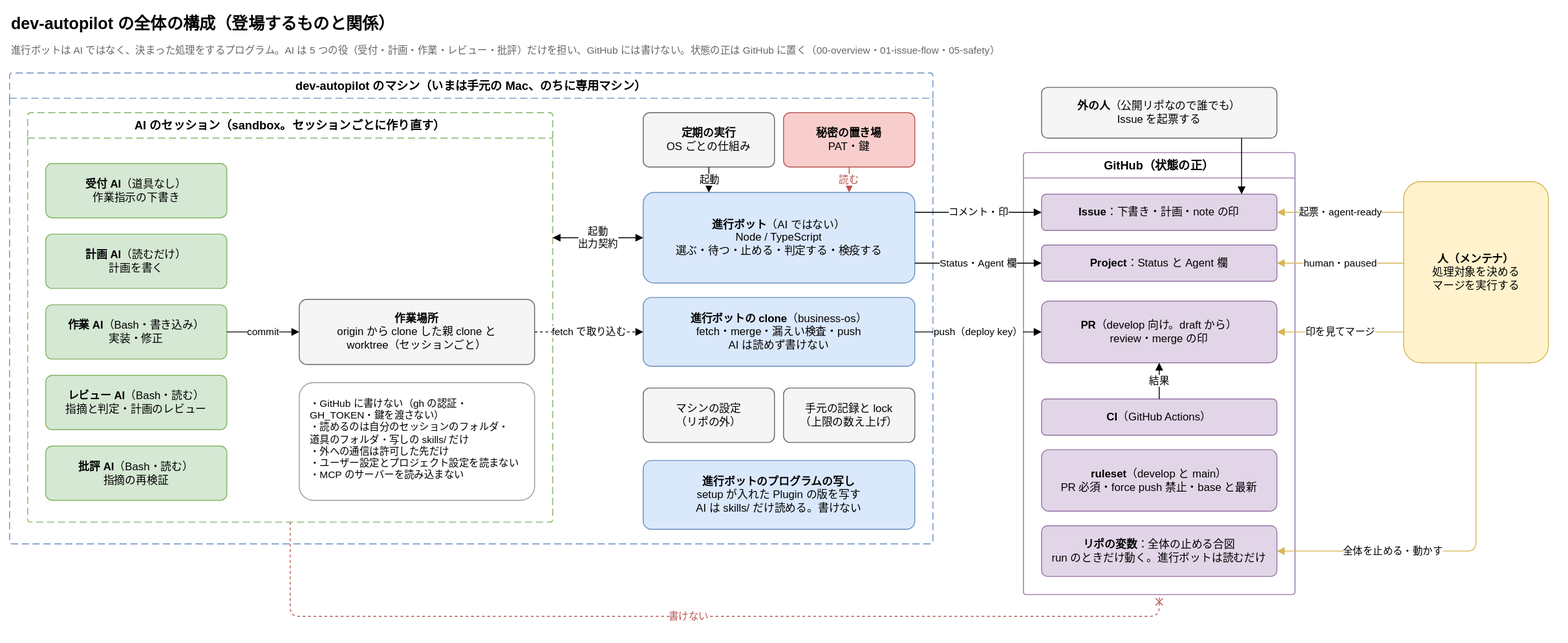
Before: docs/diagrams/overview.drawio.svg, a diagram exported from draw.io (Joymerrevent/dev-autopilot). Source tidied: cells renumbered, new cells last; positions are measured from the earlier drawing's top-left corner, leaving out a move shared by most shapes.
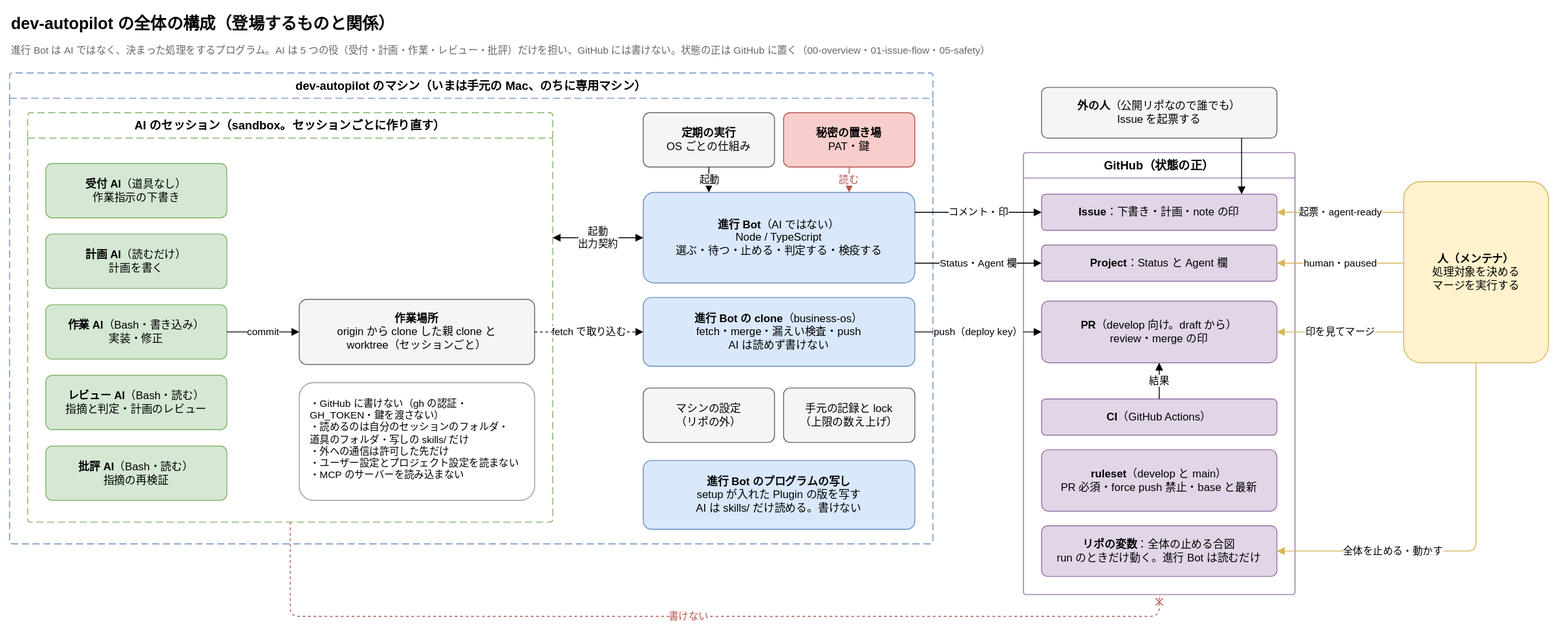
Above is the later version.

Commit message:
docs: 図の「進行ボット」を「進行 Bot」に改める

Change to the diagram source:
```diff
@@ -5,7 +5,7 @@
     <mxCell id="2" value="dev-autopilot の全体の構成（登場するものと関係）" style="text;html=1;whiteSpace=wrap;align=left;verticalAlign=middle;fontSize=18;fontStyle=1;" parent="1" vertex="1">
       <mxGeometry width="900" height="32" as="geometry" />
     </mxCell>
-    <mxCell id="3" value="進行ボットは AI ではなく、決まった処理をするプログラム。AI は 5 つの役（受付・計画・作業・レビュー・批評）だけを担い、GitHub には書けない。状態の正は GitHub に置く（00-overview・01-issue-flow・05-safety）" style="text;html=1;whiteSpace=wrap;align=left;verticalAlign=top;fontSize=11;fontColor=#666666;" parent="1" vertex="1">
+    <mxCell id="3" value="進行 Bot は AI ではなく、決まった処理をするプログラム。AI は 5 つの役（受付・計画・作業・レビュー・批評）だけを担い、GitHub には書けない。状態の正は GitHub に置く（00-overview・01-issue-flow・05-safety）" style="text;html=1;whiteSpace=wrap;align=left;verticalAlign=top;fontSize=11;fontColor=#666666;" parent="1" vertex="1">
       <mxGeometry y="32" width="1700" height="22" as="geometry" />
     </mxCell>
     <mxCell id="4" value="dev-autopilot のマシン（いまは手元の Mac、のちに専用マシン）" style="swimlane;startSize=28;html=1;whiteSpace=wrap;rounded=1;arcSize=4;dashed=1;dashPattern=8 4;fontStyle=1;fontSize=13;strokeColor=#6c8ebf;fillColor=none;swimlaneFillColor=none;" parent="1" vertex="1">
@@ -41,13 +41,13 @@
     <mxCell id="14" value="&lt;b&gt;秘密の置き場&lt;/b&gt;&lt;br&gt;PAT・鍵" style="rounded=1;whiteSpace=wrap;html=1;fontSize=12;arcSize=12;fillColor=#f8cecc;strokeColor=#b85450;spacing=12;" parent="1" vertex="1">
       <mxGeometry x="855" y="114" width="145" height="60" as="geometry" />
     </mxCell>
-    <mxCell id="15" value="&lt;b&gt;進行ボット&lt;/b&gt;（AI ではない）&lt;br&gt;Node / TypeScript&lt;br&gt;選ぶ・待つ・止める・判定する・検疫する" style="rounded=1;whiteSpace=wrap;html=1;fontSize=12;arcSize=12;fillColor=#dae8fc;strokeColor=#6c8ebf;spacing=12;" parent="1" vertex="1">
+    <mxCell id="15" value="&lt;b&gt;進行 Bot&lt;/b&gt;（AI ではない）&lt;br&gt;Node / TypeScript&lt;br&gt;選ぶ・待つ・止める・判定する・検疫する" style="rounded=1;whiteSpace=wrap;html=1;fontSize=12;arcSize=12;fillColor=#dae8fc;strokeColor=#6c8ebf;spacing=12;" parent="1" vertex="1">
       <mxGeometry x="700" y="202" width="300" height="100" as="geometry" />
     </mxCell>
-    <mxCell id="16" value="&lt;b&gt;進行ボットの clone&lt;/b&gt;（business-os）&lt;br&gt;fetch・merge・漏えい検査・push&lt;br&gt;AI は読めず書けない" style="rounded=1;whiteSpace=wrap;html=1;fontSize=12;arcSize=12;fillColor=#dae8fc;strokeColor=#6c8ebf;spacing=12;" parent="1" vertex="1">
+    <mxCell id="16" value="&lt;b&gt;進行 Bot の clone&lt;/b&gt;（business-os）&lt;br&gt;fetch・merge・漏えい検査・push&lt;br&gt;AI は読めず書けない" style="rounded=1;whiteSpace=wrap;html=1;fontSize=12;arcSize=12;fillColor=#dae8fc;strokeColor=#6c8ebf;spacing=12;" parent="1" vertex="1">
       <mxGeometry x="700" y="318" width="300" height="76" as="geometry" />
     </mxCell>
-    <mxCell id="17" value="&lt;b&gt;進行ボットのプログラムの写し&lt;/b&gt;&lt;br&gt;setup が入れた Plugin の版を写す&lt;br&gt;AI は skills/ だけ読める。書けない" style="rounded=1;whiteSpace=wrap;html=1;fontSize=12;arcSize=12;fillColor=#dae8fc;strokeColor=#6c8ebf;spacing=12;" parent="1" vertex="1">
+    <mxCell id="17" value="&lt;b&gt;進行 Bot のプログラムの写し&lt;/b&gt;&lt;br&gt;setup が入れた Plugin の版を写す&lt;br&gt;AI は skills/ だけ読める。書けない" style="rounded=1;whiteSpace=wrap;html=1;fontSize=12;arcSize=12;fillColor=#dae8fc;strokeColor=#6c8ebf;spacing=12;" parent="1" vertex="1">
       <mxGeometry x="700" y="498" width="300" height="76" as="geometry" />
     </mxCell>
     <mxCell id="18" value="マシンの設定&lt;br&gt;（リポの外）" style="rounded=1;whiteSpace=wrap;html=1;fontSize=12;arcSize=12;fillColor=#f5f5f5;strokeColor=#666666;spacing=12;" parent="1" vertex="1">
@@ -74,7 +74,7 @@
     <mxCell id="25" value="&lt;b&gt;ruleset&lt;/b&gt;（develop と main）&lt;br&gt;PR 必須・force push 禁止・base と最新" style="rounded=1;whiteSpace=wrap;html=1;fontSize=12;arcSize=12;fillColor=#e1d5e7;strokeColor=#9673a6;spacing=12;" parent="20" vertex="1">
       <mxGeometry x="20" y="328" width="260" height="68" as="geometry" />
     </mxCell>
-    <mxCell id="26" value="&lt;b&gt;リポの変数&lt;/b&gt;：全体の止める合図&lt;br&gt;run のときだけ動く。進行ボットは読むだけ" style="rounded=1;whiteSpace=wrap;html=1;fontSize=12;arcSize=12;fillColor=#e1d5e7;strokeColor=#9673a6;spacing=12;" parent="20" vertex="1">
+    <mxCell id="26" value="&lt;b&gt;リポの変数&lt;/b&gt;：全体の止める合図&lt;br&gt;run のときだけ動く。進行 Bot は読むだけ" style="rounded=1;whiteSpace=wrap;html=1;fontSize=12;arcSize=12;fillColor=#e1d5e7;strokeColor=#9673a6;spacing=12;" parent="20" vertex="1">
       <mxGeometry x="20" y="412" width="260" height="56" as="geometry" />
     </mxCell>
     <mxCell id="27" value="&lt;b&gt;人（メンテナ）&lt;/b&gt;&lt;br&gt;処理対象を決める&lt;br&gt;マージを実行する" style="rounded=1;whiteSpace=wrap;html=1;fontSize=12;arcSize=12;fillColor=#fff2cc;strokeColor=#d6b656;spacing=12;" parent="1" vertex="1">
```
